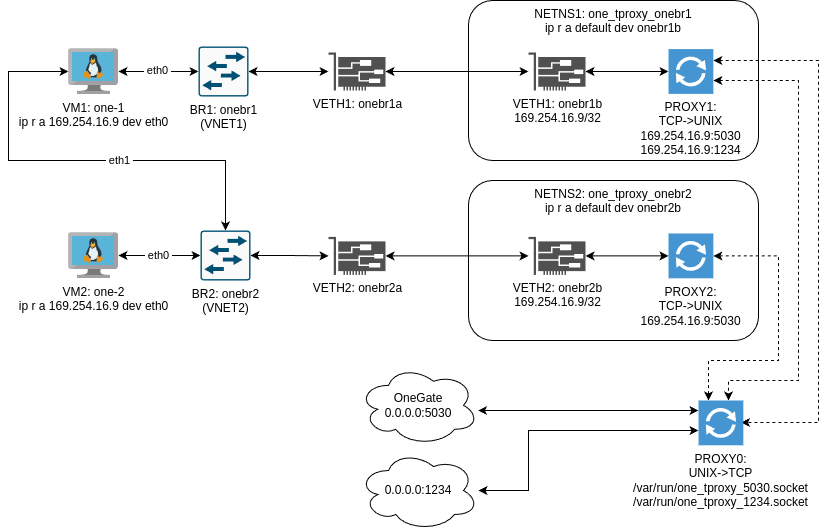
This is source/images/tproxy-diagram.drawio.png from OpenNebula/docs, a draw.io export, as it was before one commit. Source tidied: cells renumbered, new cells last; positions are measured from the earlier drawing's top-left corner, leaving out a move shared by most shapes.
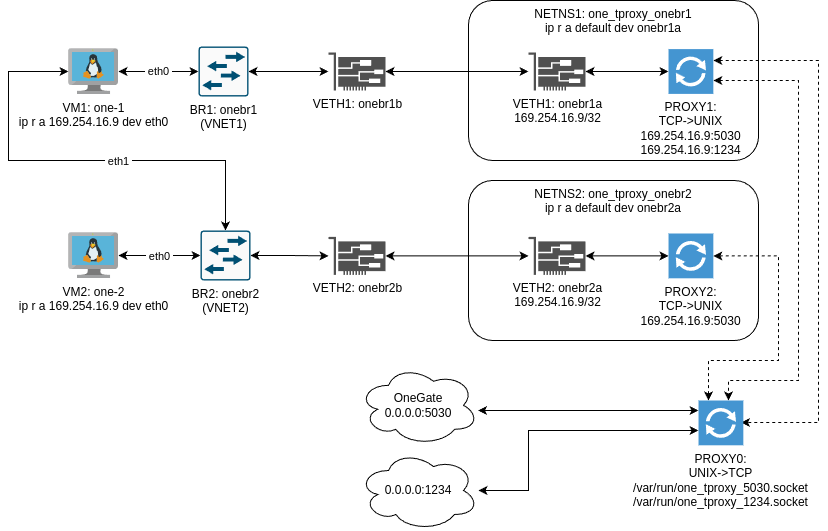
The same file after the commit.

Commit message:
M #-: Swap "a" and "b" in the TProxy diagram (fix)

Diff of the diagram source:
```diff
@@ -5,13 +5,13 @@
     <mxCell id="2" style="group;" parent="1" vertex="1">
       <mxGeometry x="460" y="180" width="290" height="160" as="geometry" />
     </mxCell>
-    <mxCell id="3" value="NETNS2: one_tproxy_onebr2&lt;br&gt;ip r a default dev&amp;nbsp;&lt;span style=&quot;text-wrap: nowrap;&quot;&gt;onebr2b&lt;/span&gt;" style="rounded=1;whiteSpace=wrap;html=1;verticalAlign=top;" parent="2" vertex="1">
+    <mxCell id="3" value="NETNS2: one_tproxy_onebr2&lt;br&gt;ip r a default dev&amp;nbsp;&lt;span style=&quot;text-wrap: nowrap;&quot;&gt;onebr2a&lt;/span&gt;" style="rounded=1;whiteSpace=wrap;html=1;verticalAlign=top;" parent="2" vertex="1">
       <mxGeometry width="290" height="160" as="geometry" />
     </mxCell>
     <mxCell id="4" style="edgeStyle=orthogonalEdgeStyle;rounded=0;jettySize=auto;html=1;startArrow=classic;startFill=1;" parent="2" edge="1" source="5" target="6">
       <mxGeometry relative="1" as="geometry" />
     </mxCell>
-    <mxCell id="5" value="VETH2: onebr2b&lt;br&gt;169.254.16.9/32" style="sketch=0;shadow=0;dashed=0;html=1;strokeColor=none;fillColor=#505050;labelPosition=center;verticalLabelPosition=bottom;verticalAlign=top;outlineConnect=0;align=center;shape=mxgraph.office.devices.nic;" parent="2" vertex="1">
+    <mxCell id="5" value="VETH2: onebr2a&lt;br&gt;169.254.16.9/32" style="sketch=0;shadow=0;dashed=0;html=1;strokeColor=none;fillColor=#505050;labelPosition=center;verticalLabelPosition=bottom;verticalAlign=top;outlineConnect=0;align=center;shape=mxgraph.office.devices.nic;" parent="2" vertex="1">
       <mxGeometry x="60" y="56.4" width="57" height="38" as="geometry" />
     </mxCell>
     <mxCell id="6" value="PROXY2:&lt;br&gt;TCP-&amp;gt;UNIX&lt;br&gt;169.254.16.9:5030" style="shadow=0;dashed=0;html=1;strokeColor=none;fillColor=#4495D1;labelPosition=center;verticalLabelPosition=bottom;verticalAlign=top;align=center;outlineConnect=0;shape=mxgraph.veeam.2d.proxy;" parent="2" vertex="1">
@@ -29,7 +29,7 @@
     <mxCell id="10" value="BR1: onebr1&lt;div&gt;(VNET1)&lt;/div&gt;" style="sketch=0;points=[[0.015,0.015,0],[0.985,0.015,0],[0.985,0.985,0],[0.015,0.985,0],[0.25,0,0],[0.5,0,0],[0.75,0,0],[1,0.25,0],[1,0.5,0],[1,0.75,0],[0.75,1,0],[0.5,1,0],[0.25,1,0],[0,0.75,0],[0,0.5,0],[0,0.25,0]];verticalLabelPosition=bottom;html=1;verticalAlign=top;align=center;shape=mxgraph.cisco19.rect;prIcon=l2_switch;fillColor=#FAFAFA;strokeColor=#005073;" parent="7" vertex="1">
       <mxGeometry x="130" width="50" height="50" as="geometry" />
     </mxCell>
-    <mxCell id="11" value="VETH1: onebr1a" style="sketch=0;shadow=0;dashed=0;html=1;strokeColor=none;fillColor=#505050;labelPosition=center;verticalLabelPosition=bottom;verticalAlign=top;outlineConnect=0;align=center;shape=mxgraph.office.devices.nic;" parent="7" vertex="1">
+    <mxCell id="11" value="VETH1: onebr1b" style="sketch=0;shadow=0;dashed=0;html=1;strokeColor=none;fillColor=#505050;labelPosition=center;verticalLabelPosition=bottom;verticalAlign=top;outlineConnect=0;align=center;shape=mxgraph.office.devices.nic;" parent="7" vertex="1">
       <mxGeometry x="260" y="6" width="57" height="38" as="geometry" />
     </mxCell>
     <mxCell id="12" style="edgeStyle=orthogonalEdgeStyle;rounded=0;jettySize=auto;html=1;entryX=0;entryY=0.5;entryDx=0;entryDy=0;entryPerimeter=0;startArrow=classic;startFill=1;" parent="7" edge="1" source="8" target="10">
@@ -58,7 +58,7 @@
     <mxCell id="17" style="group;strokeColor=none;" parent="1" vertex="1">
       <mxGeometry x="460" width="290" height="160" as="geometry" />
     </mxCell>
-    <mxCell id="18" value="NETNS1: one_tproxy_onebr1&lt;br&gt;ip r a default dev&amp;nbsp;&lt;span style=&quot;text-wrap: nowrap;&quot;&gt;onebr1b&lt;/span&gt;" style="rounded=1;whiteSpace=wrap;html=1;verticalAlign=top;align=center;" parent="17" vertex="1">
+    <mxCell id="18" value="NETNS1: one_tproxy_onebr1&lt;br&gt;ip r a default dev&amp;nbsp;&lt;span style=&quot;text-wrap: nowrap;&quot;&gt;onebr1a&lt;/span&gt;" style="rounded=1;whiteSpace=wrap;html=1;verticalAlign=top;align=center;" parent="17" vertex="1">
       <mxGeometry width="290" height="160" as="geometry" />
     </mxCell>
     <mxCell id="19" value="PROXY1:&lt;br&gt;TCP-&amp;gt;UNIX&lt;br&gt;169.254.16.9:5030&lt;br&gt;169.254.16.9:1234" style="shadow=0;dashed=0;html=1;strokeColor=none;fillColor=#4495D1;labelPosition=center;verticalLabelPosition=bottom;verticalAlign=top;align=center;outlineConnect=0;shape=mxgraph.veeam.2d.proxy;" parent="17" vertex="1">
@@ -67,7 +67,7 @@
     <mxCell id="20" style="edgeStyle=orthogonalEdgeStyle;rounded=0;jettySize=auto;html=1;startArrow=classic;startFill=1;" parent="17" edge="1" source="21" target="19">
       <mxGeometry relative="1" as="geometry" />
     </mxCell>
-    <mxCell id="21" value="VETH1: onebr1b&lt;br&gt;169.254.16.9/32" style="sketch=0;shadow=0;dashed=0;html=1;strokeColor=none;fillColor=#505050;labelPosition=center;verticalLabelPosition=bottom;verticalAlign=top;outlineConnect=0;align=center;shape=mxgraph.office.devices.nic;" parent="17" vertex="1">
+    <mxCell id="21" value="VETH1: onebr1a&lt;br&gt;169.254.16.9/32" style="sketch=0;shadow=0;dashed=0;html=1;strokeColor=none;fillColor=#505050;labelPosition=center;verticalLabelPosition=bottom;verticalAlign=top;outlineConnect=0;align=center;shape=mxgraph.office.devices.nic;" parent="17" vertex="1">
       <mxGeometry x="60" y="52" width="57" height="38" as="geometry" />
     </mxCell>
     <mxCell id="22" style="edgeStyle=orthogonalEdgeStyle;rounded=0;jettySize=auto;html=1;startArrow=classic;startFill=1;" parent="1" edge="1" source="11" target="21">
@@ -147,7 +147,7 @@
     <mxCell id="37" value="BR2: onebr2&lt;br&gt;(VNET2)" style="sketch=0;points=[[0.015,0.015,0],[0.985,0.015,0],[0.985,0.985,0],[0.015,0.985,0],[0.25,0,0],[0.5,0,0],[0.75,0,0],[1,0.25,0],[1,0.5,0],[1,0.75,0],[0.75,1,0],[0.5,1,0],[0.25,1,0],[0,0.75,0],[0,0.5,0],[0,0.25,0]];verticalLabelPosition=bottom;html=1;verticalAlign=top;align=center;shape=mxgraph.cisco19.rect;prIcon=l2_switch;fillColor=#FAFAFA;strokeColor=#005073;" parent="32" vertex="1">
       <mxGeometry x="132" width="50" height="50" as="geometry" />
     </mxCell>
-    <mxCell id="38" value="VETH2: onebr2a" style="sketch=0;shadow=0;dashed=0;html=1;strokeColor=none;fillColor=#505050;labelPosition=center;verticalLabelPosition=bottom;verticalAlign=top;outlineConnect=0;align=center;shape=mxgraph.office.devices.nic;" parent="32" vertex="1">
+    <mxCell id="38" value="VETH2: onebr2b" style="sketch=0;shadow=0;dashed=0;html=1;strokeColor=none;fillColor=#505050;labelPosition=center;verticalLabelPosition=bottom;verticalAlign=top;outlineConnect=0;align=center;shape=mxgraph.office.devices.nic;" parent="32" vertex="1">
       <mxGeometry x="260" y="6.4" width="57" height="38" as="geometry" />
     </mxCell>
   </root>
```
